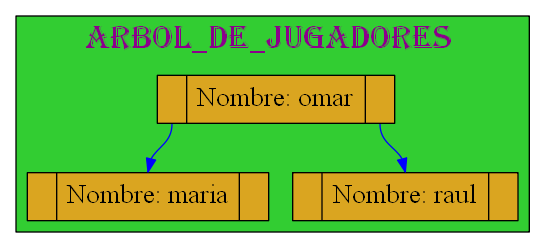
Earlier version of the Graphviz export Graficas/Arbol_Jugadores.dot.png (mariotun/EDD_1S2020_PY1_201602942). Its source is kept beside it as Graficas/Arbol_Jugadores.dot.
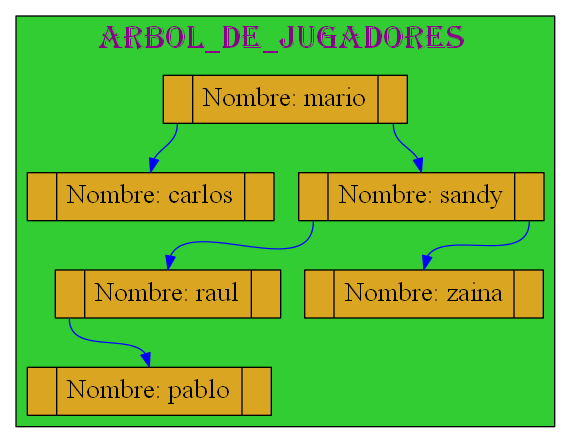
The same file after the commit.

The edit, as a diff of the source:
```diff
@@ -11,12 +11,22 @@
 node[shape=record,height=0.5 style=filled fontcolor=black fillcolor=goldenrod fontsize=20 ];
 
 
-25770475744[label="<f0> |<f1>Nombre: omar |<f2> " ];
-25770475952[label="<f0> |<f1>Nombre: maria |<f2>" ]
-25770476352[label="<f0> |<f1>Nombre: raul |<f2>" ]
+25770475776[label="<f0> |<f1>Nombre: mario |<f2> " ];
+25770475984[label="<f0> |<f1>Nombre: sandy |<f2>" ]
+25770476512[label="<f0> |<f1>Nombre: carlos |<f2>" ]
+25770476992[label="<f0> |<f1>Nombre: raul |<f2>" ]
+25770476992[label="<f0> |<f1>Nombre: raul |<f2>" ]
+25770477200[label="<f0> |<f1>Nombre: zaina |<f2>" ]
+25770477200[label="<f0> |<f1>Nombre: zaina |<f2>" ]
+25770476288[label="<f0> |<f1>Nombre: pablo |<f2>" ]
+25770476288[label="<f0> |<f1>Nombre: pablo |<f2>" ]
+25770476288[label="<f0> |<f1>Nombre: pablo |<f2>" ]
 
-25770475744:f0->25770475952:f1 [color=blue]
-25770475744:f2->25770476352:f1 [color=blue ]
+25770475776:f2->25770475984:f1 [color=blue ]
+25770475776:f0->25770476512:f1 [color=blue]
+25770475984:f0->25770476992:f1 [color=blue]
+25770475984:f2->25770477200:f1 [color=blue ]
+25770476992:f0->25770476288:f1 [color=blue]
 
  }
 
```
